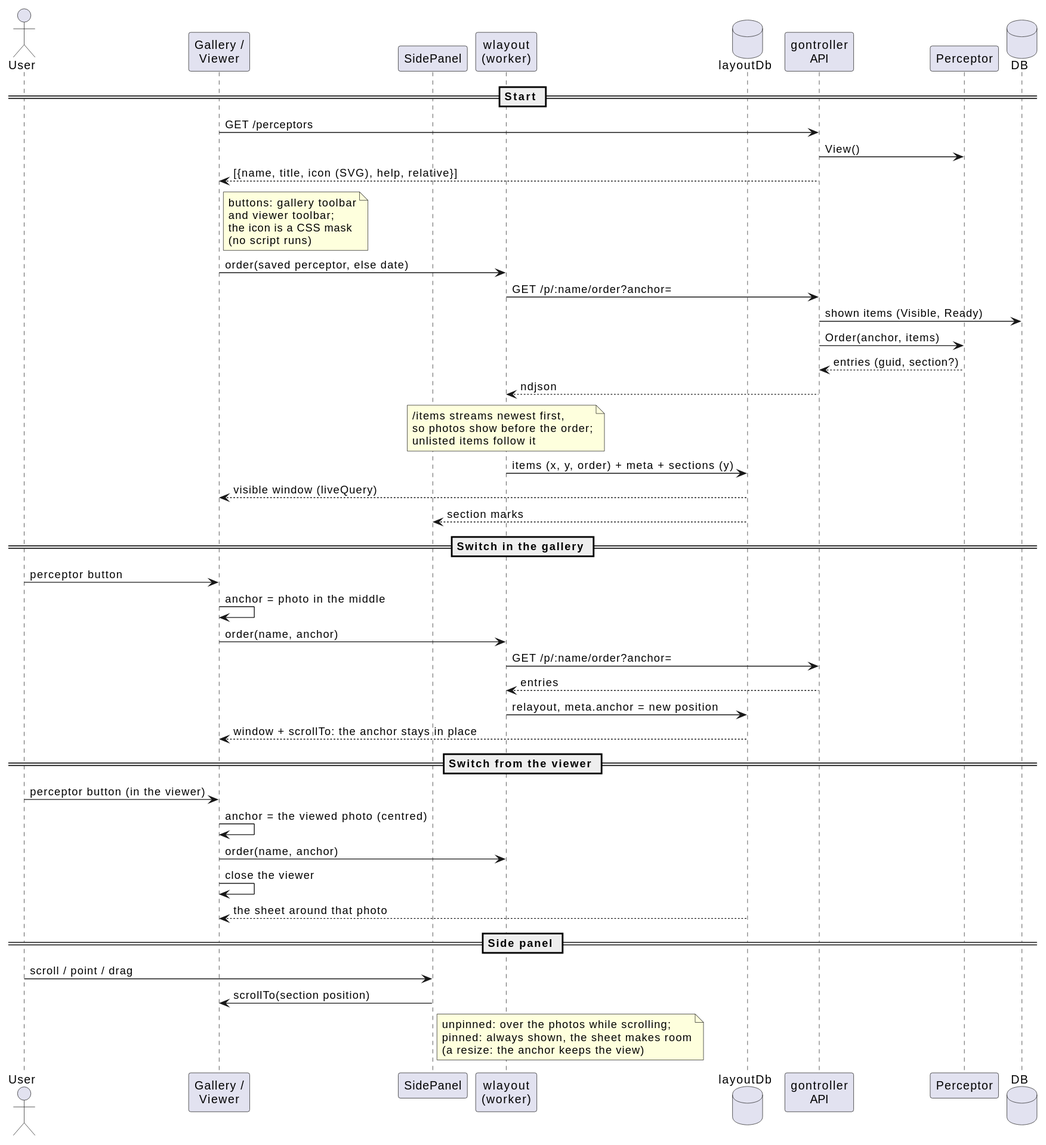
This is _sb/diagrams/Perceptors navigation.svg from eggs-gd/Perceptrail, a PlantUML export, as it was before one commit.
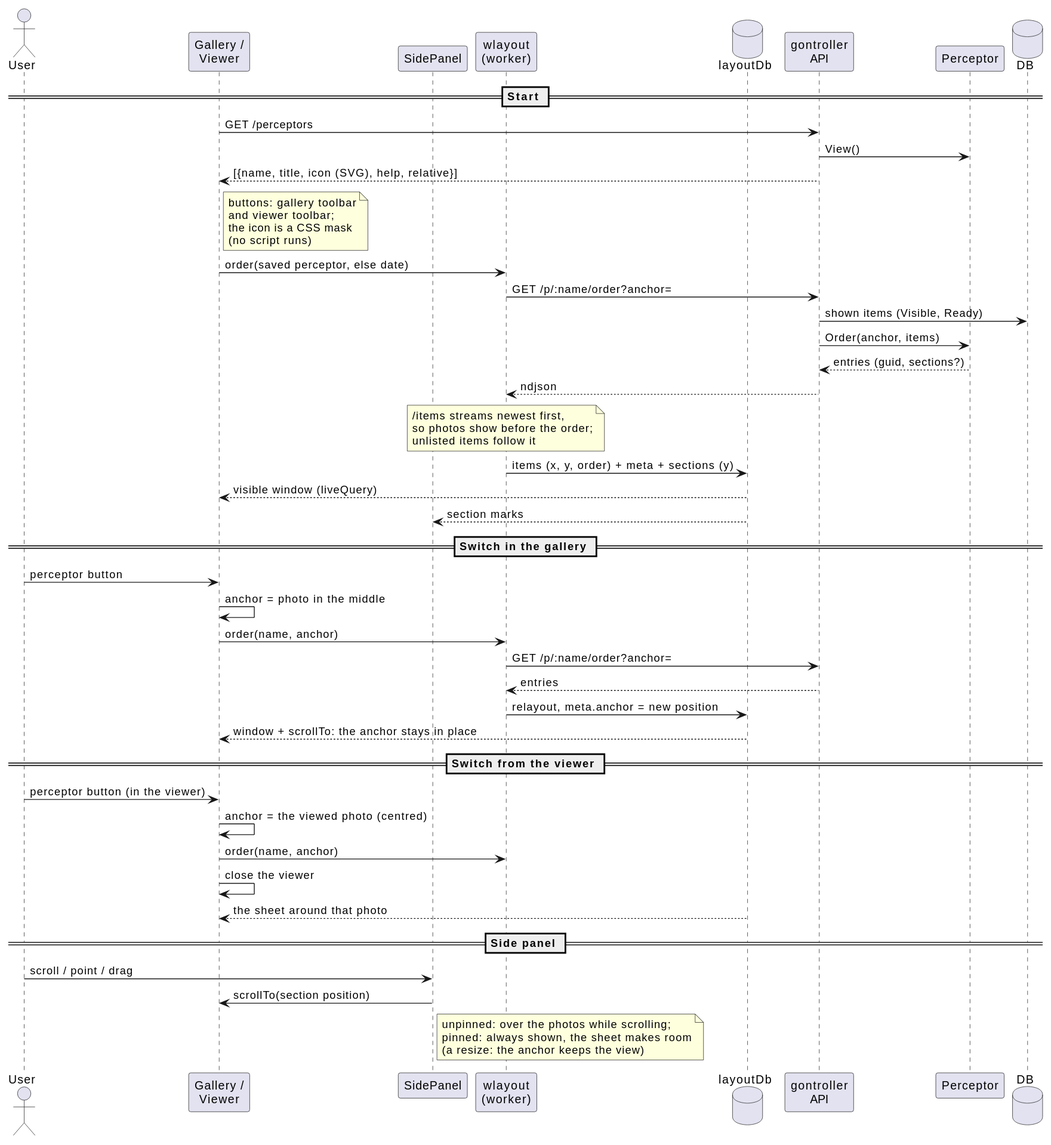
After the change.

Change to the diagram source:
```diff
@@ -18,7 +18,7 @@
 Layout -> API: GET /p/:name/order?anchor=
 API -> DB: shown items (Visible, Ready)
 API -> Nav: Order(anchor, items)
-Nav --> API: entries (guid, section?)
+Nav --> API: entries (guid, sections?)
 API --> Layout: ndjson
 note over Layout: /items streams newest first,\nso photos show before the order;\nunlisted items follow it
 Layout -> LDB: items (x, y, order) + meta + sections (y)
```
